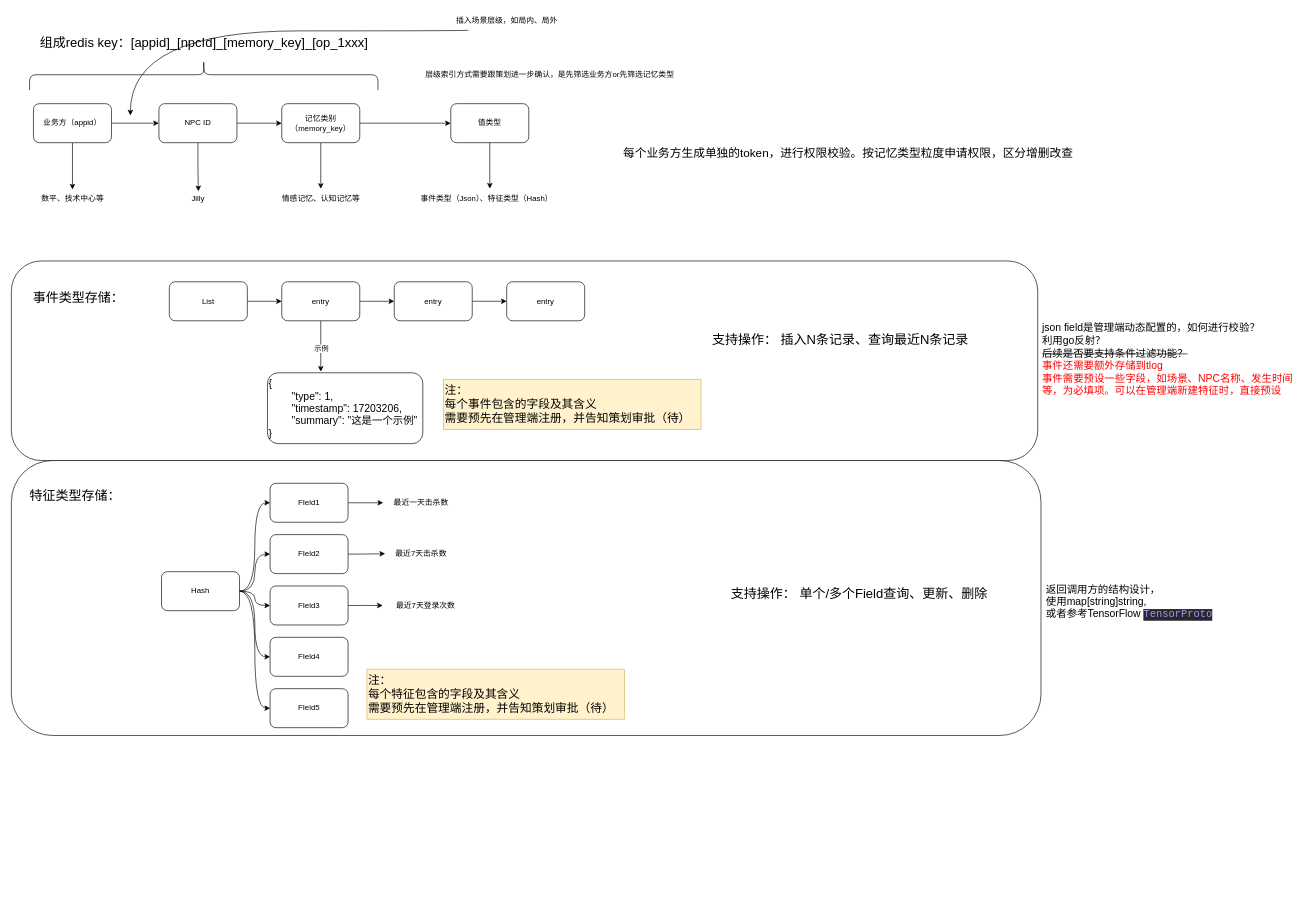
The draw.io diagram page "第 4 页" (4 of 4) of Untitled Diagram.drawio in Ice-Tea-7/HelloWorld, before the edit. Source tidied: cells renumbered, new cells numbered last; positions are measured from the earlier drawing's top-left corner, leaving out a move shared by most shapes. Both pictures are drawn from the tidied source at 65%, with x=0, y=0 at pixel (11, 11).
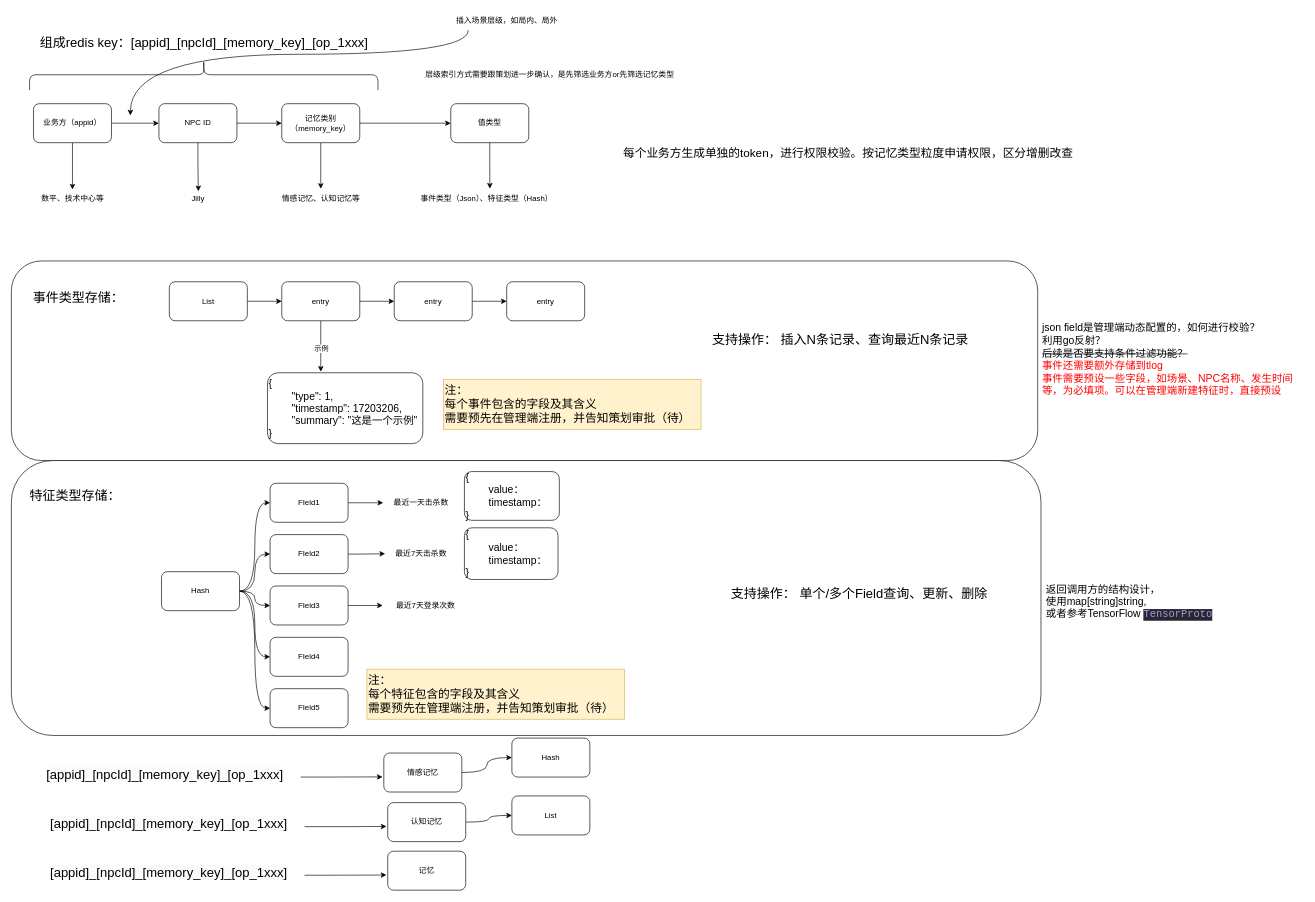
Above is the later version.

What changed in the source:
```diff
@@
     <mxCell id="58" style="endArrow=classic;html=1;rounded=0;edgeStyle=orthogonalEdgeStyle;curved=1;" parent="1" edge="1">
       <mxGeometry relative="1" as="geometry">
         <mxPoint x="703" y="29" as="sourcePoint" />
         <mxPoint x="183" y="160" as="targetPoint" />
         <Array as="points">
-          <mxPoint x="703" y="30" />
-          <mxPoint x="184" y="30" />
+          <mxPoint x="703" y="66" />
+          <mxPoint x="184" y="66" />
         </Array>
       </mxGeometry>
     </mxCell>
@@
+    <mxCell id="60" value="&lt;font style=&quot;font-size: 16px;&quot;&gt;{&lt;/font&gt;&lt;div&gt;&lt;font style=&quot;font-size: 16px;&quot;&gt;&lt;span style=&quot;white-space: pre;&quot;&gt;&#9;&lt;/span&gt;value：&lt;/font&gt;&lt;/div&gt;&lt;div&gt;&lt;font style=&quot;font-size: 16px;&quot;&gt;&lt;span style=&quot;white-space: pre;&quot;&gt;&#9;&lt;/span&gt;timestamp：&lt;br&gt;&lt;/font&gt;&lt;/div&gt;&lt;div&gt;&lt;div&gt;&lt;font style=&quot;font-size: 16px;&quot;&gt;}&lt;/font&gt;&lt;/div&gt;&lt;/div&gt;" style="rounded=1;whiteSpace=wrap;html=1;align=left;" parent="1" vertex="1">
+      <mxGeometry x="697" y="708" width="146" height="75" as="geometry" />
+    </mxCell>
+    <mxCell id="61" value="&lt;font style=&quot;font-size: 16px;&quot;&gt;{&lt;/font&gt;&lt;div&gt;&lt;font style=&quot;font-size: 16px;&quot;&gt;&lt;span style=&quot;white-space: pre;&quot;&gt;&#9;&lt;/span&gt;value：&lt;/font&gt;&lt;/div&gt;&lt;div&gt;&lt;font style=&quot;font-size: 16px;&quot;&gt;&lt;span style=&quot;white-space: pre;&quot;&gt;&#9;&lt;/span&gt;timestamp：&lt;br&gt;&lt;/font&gt;&lt;/div&gt;&lt;div&gt;&lt;div&gt;&lt;font style=&quot;font-size: 16px;&quot;&gt;}&lt;/font&gt;&lt;/div&gt;&lt;/div&gt;" style="rounded=1;whiteSpace=wrap;html=1;align=left;" parent="1" vertex="1">
+      <mxGeometry x="697" y="794.5" width="144" height="79.5" as="geometry" />
+    </mxCell>
+    <mxCell id="62" style="edgeStyle=orthogonalEdgeStyle;curved=1;rounded=0;jettySize=auto;html=1;exitX=1;exitY=0.5;exitDx=0;exitDy=0;" parent="1" edge="1" source="63">
+      <mxGeometry relative="1" as="geometry">
+        <mxPoint x="577" y="1254" as="targetPoint" />
+      </mxGeometry>
+    </mxCell>
+    <mxCell id="63" value="&lt;span style=&quot;color: rgb(0, 0, 0); font-family: Helvetica; font-size: 20px; font-style: normal; font-variant-ligatures: normal; font-variant-caps: normal; font-weight: 400; letter-spacing: normal; orphans: 2; text-align: center; text-indent: 0px; text-transform: none; widows: 2; word-spacing: 0px; -webkit-text-stroke-width: 0px; white-space: nowrap; background-color: rgb(251, 251, 251); text-decoration-thickness: initial; text-decoration-style: initial; text-decoration-color: initial; display: inline !important; float: none;&quot;&gt;[appid]_[npcId]_[memory_key]_[op_1xxx]&lt;/span&gt;" style="text;whiteSpace=wrap;html=1;" parent="1" vertex="1">
+      <mxGeometry x="58" y="1231.3" width="393" height="46" as="geometry" />
+    </mxCell>
+    <mxCell id="64" style="edgeStyle=orthogonalEdgeStyle;curved=1;rounded=0;jettySize=auto;html=1;exitX=1;exitY=0.5;exitDx=0;exitDy=0;" parent="1" edge="1" source="65" target="74">
+      <mxGeometry relative="1" as="geometry" />
+    </mxCell>
+    <mxCell id="65" value="认知记忆" style="rounded=1;whiteSpace=wrap;html=1;" parent="1" vertex="1">
+      <mxGeometry x="579" y="1217.3" width="120" height="60" as="geometry" />
+    </mxCell>
+    <mxCell id="66" style="edgeStyle=orthogonalEdgeStyle;curved=1;rounded=0;jettySize=auto;html=1;exitX=1;exitY=0.5;exitDx=0;exitDy=0;" parent="1" edge="1" source="67">
+      <mxGeometry relative="1" as="geometry">
+        <mxPoint x="577" y="1328.7" as="targetPoint" />
+      </mxGeometry>
+    </mxCell>
+    <mxCell id="67" value="&lt;span style=&quot;color: rgb(0, 0, 0); font-family: Helvetica; font-size: 20px; font-style: normal; font-variant-ligatures: normal; font-variant-caps: normal; font-weight: 400; letter-spacing: normal; orphans: 2; text-align: center; text-indent: 0px; text-transform: none; widows: 2; word-spacing: 0px; -webkit-text-stroke-width: 0px; white-space: nowrap; background-color: rgb(251, 251, 251); text-decoration-thickness: initial; text-decoration-style: initial; text-decoration-color: initial; display: inline !important; float: none;&quot;&gt;[appid]_[npcId]_[memory_key]_[op_1xxx]&lt;/span&gt;" style="text;whiteSpace=wrap;html=1;" parent="1" vertex="1">
+      <mxGeometry x="58" y="1306" width="393" height="46" as="geometry" />
+    </mxCell>
+    <mxCell id="68" value="记忆" style="rounded=1;whiteSpace=wrap;html=1;" parent="1" vertex="1">
+      <mxGeometry x="579" y="1292" width="120" height="60" as="geometry" />
+    </mxCell>
+    <mxCell id="69" style="edgeStyle=orthogonalEdgeStyle;curved=1;rounded=0;jettySize=auto;html=1;exitX=1;exitY=0.5;exitDx=0;exitDy=0;" parent="1" edge="1" source="70">
+      <mxGeometry relative="1" as="geometry">
+        <mxPoint x="571" y="1177.7" as="targetPoint" />
+      </mxGeometry>
+    </mxCell>
+    <mxCell id="70" value="&lt;span style=&quot;color: rgb(0, 0, 0); font-family: Helvetica; font-size: 20px; font-style: normal; font-variant-ligatures: normal; font-variant-caps: normal; font-weight: 400; letter-spacing: normal; orphans: 2; text-align: center; text-indent: 0px; text-transform: none; widows: 2; word-spacing: 0px; -webkit-text-stroke-width: 0px; white-space: nowrap; background-color: rgb(251, 251, 251); text-decoration-thickness: initial; text-decoration-style: initial; text-decoration-color: initial; display: inline !important; float: none;&quot;&gt;[appid]_[npcId]_[memory_key]_[op_1xxx]&lt;/span&gt;" style="text;whiteSpace=wrap;html=1;" parent="1" vertex="1">
+      <mxGeometry x="52" y="1155" width="393" height="46" as="geometry" />
+    </mxCell>
+    <mxCell id="71" style="edgeStyle=orthogonalEdgeStyle;curved=1;rounded=0;jettySize=auto;html=1;exitX=1;exitY=0.5;exitDx=0;exitDy=0;entryX=0;entryY=0.5;entryDx=0;entryDy=0;" parent="1" edge="1" source="72" target="73">
+      <mxGeometry relative="1" as="geometry" />
+    </mxCell>
+    <mxCell id="72" value="情感记忆" style="rounded=1;whiteSpace=wrap;html=1;" parent="1" vertex="1">
+      <mxGeometry x="573" y="1141" width="120" height="60" as="geometry" />
+    </mxCell>
+    <mxCell id="73" value="Hash" style="rounded=1;whiteSpace=wrap;html=1;" parent="1" vertex="1">
+      <mxGeometry x="770" y="1118" width="120" height="60" as="geometry" />
+    </mxCell>
+    <mxCell id="74" value="List" style="rounded=1;whiteSpace=wrap;html=1;" parent="1" vertex="1">
+      <mxGeometry x="770" y="1207" width="120" height="60" as="geometry" />
+    </mxCell>
```
